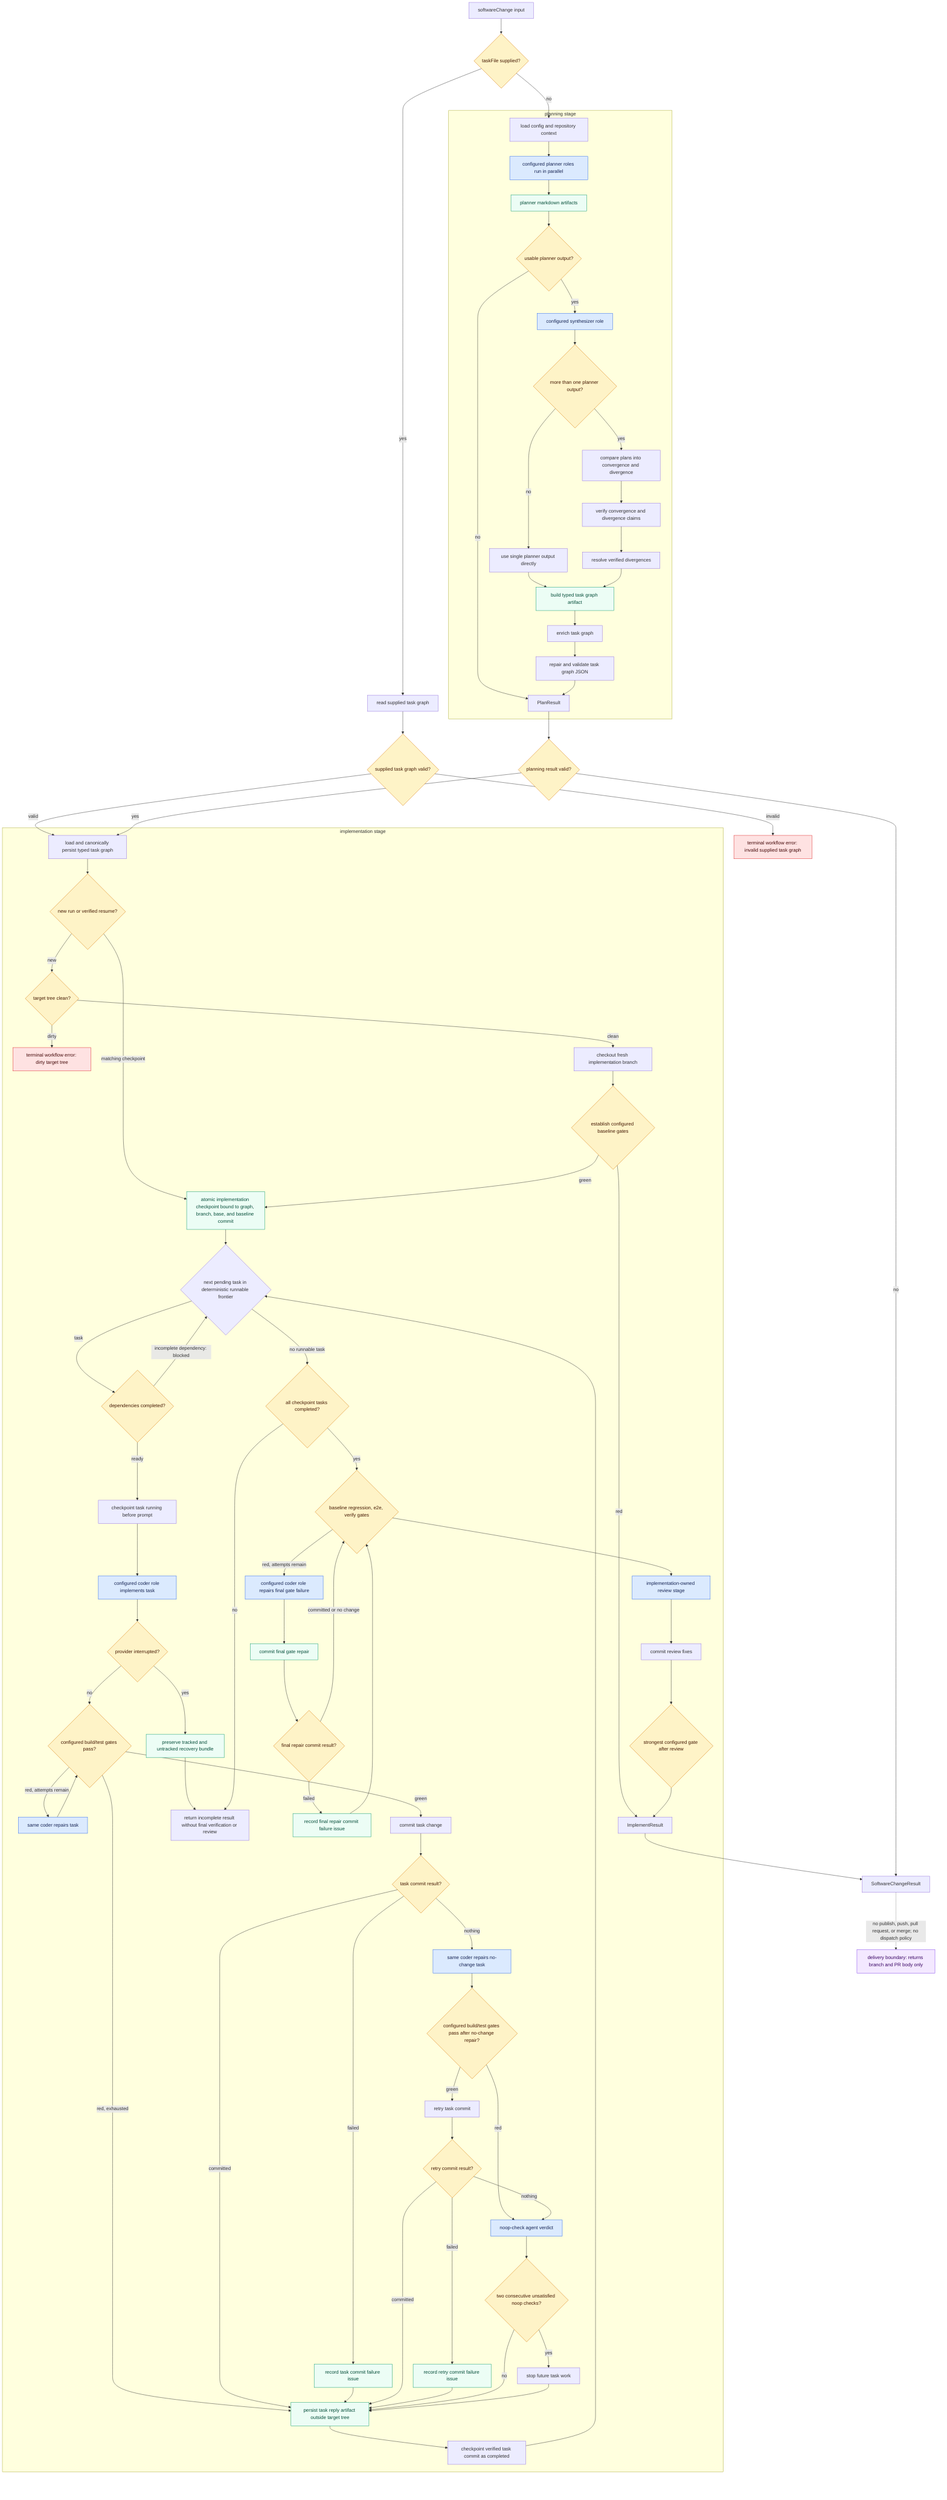
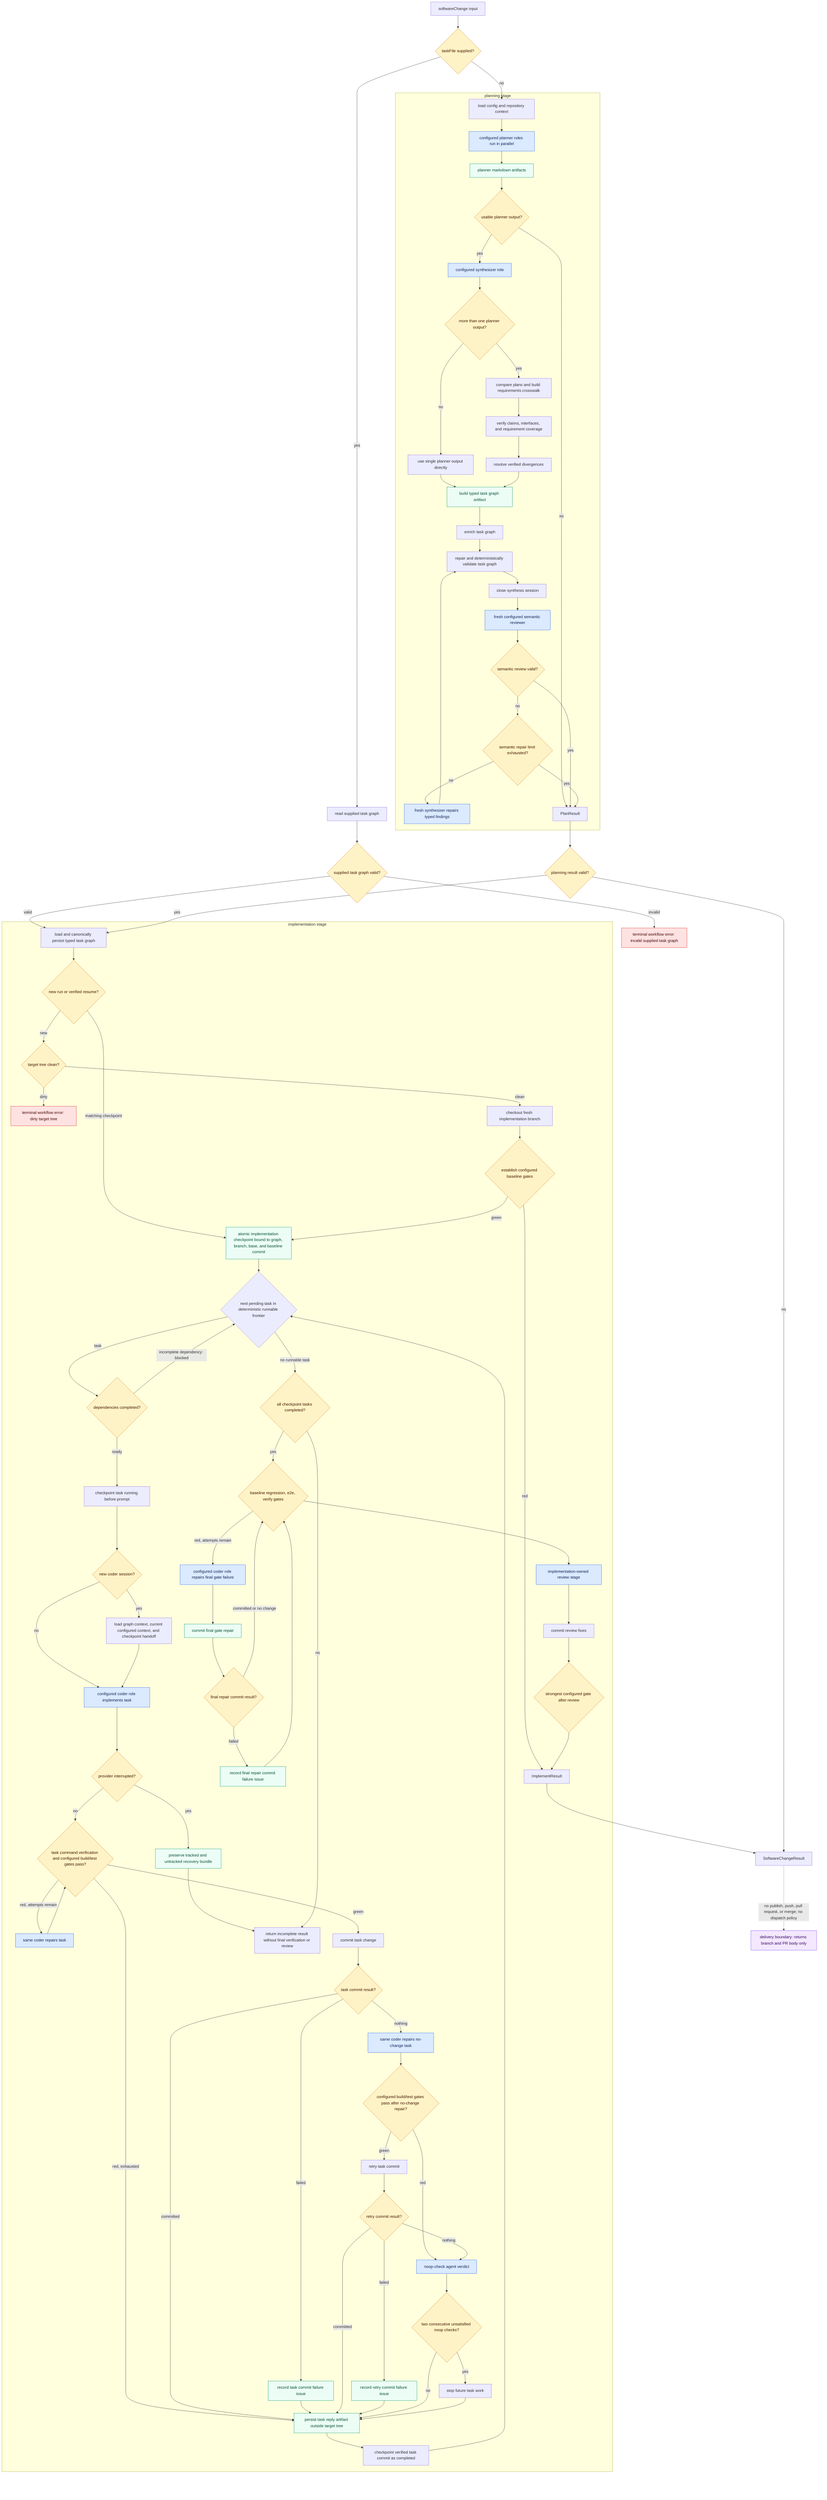
flowchart TD
  Input["softwareChange input"]
  TaskFile{"taskFile supplied?"}
  ExistingGraph["read supplied task graph"]
  SuppliedGraphValid{"supplied task graph valid?"}
  SuppliedGraphFailure["terminal workflow error: invalid supplied task graph"]
  Result["SoftwareChangeResult"]
  Delivery["delivery boundary: returns branch and PR body only"]

  Input --> TaskFile
  TaskFile -->|yes| ExistingGraph
  TaskFile -->|no| PlanConfig
  ExistingGraph --> SuppliedGraphValid
  SuppliedGraphValid -->|valid| LoadGraph
  SuppliedGraphValid -->|invalid| SuppliedGraphFailure

  subgraph Planning["planning stage"]
    PlanConfig["load config and repository context"]
    Planners["configured planner roles run in parallel"]
    PlannerArtifacts["planner markdown artifacts"]
    AnyPlan{"usable planner output?"}
    Synthesizer["configured synthesizer role"]
    MultiplePlans{"more than one planner output?"}
    SinglePlan["use single planner output directly"]
-     Compare["compare plans into convergence and divergence"]
-     VerifyClaims["verify convergence and divergence claims"]
+     Compare["compare plans and build requirements crosswalk"]
+     VerifyClaims["verify claims, interfaces, and requirement coverage"]
    Resolve["resolve verified divergences"]
    BuildGraph["build typed task graph artifact"]
    Enrich["enrich task graph"]
-     RepairGraph["repair and validate task graph JSON"]
+     RepairGraph["repair and deterministically validate task graph"]
+     CloseSynthesis["close synthesis session"]
+     PlanningReview["fresh configured semantic reviewer"]
+     ReviewValid{"semantic review valid?"}
+     ReviewRepair["fresh synthesizer repairs typed findings"]
+     ReviewLimit{"semantic repair limit exhausted?"}
    PlanResult["PlanResult"]

    PlanConfig --> Planners
    Planners --> PlannerArtifacts
    PlannerArtifacts --> AnyPlan
    AnyPlan -->|no| PlanResult
    AnyPlan -->|yes| Synthesizer
    Synthesizer --> MultiplePlans
    MultiplePlans -->|no| SinglePlan
    MultiplePlans -->|yes| Compare
    SinglePlan --> BuildGraph
    Compare --> VerifyClaims
    VerifyClaims --> Resolve
    Resolve --> BuildGraph
    BuildGraph --> Enrich
    Enrich --> RepairGraph
-     RepairGraph --> PlanResult
+     RepairGraph --> CloseSynthesis
+     CloseSynthesis --> PlanningReview
+     PlanningReview --> ReviewValid
+     ReviewValid -->|yes| PlanResult
+     ReviewValid -->|no| ReviewLimit
+     ReviewLimit -->|no| ReviewRepair
+     ReviewRepair --> RepairGraph
+     ReviewLimit -->|yes| PlanResult
  end

  PlanResult --> PlanValid{"planning result valid?"}
  PlanValid -->|no| Result
  PlanValid -->|yes| LoadGraph

  subgraph Implementation["implementation stage"]
    LoadGraph["load and canonically persist typed task graph"]
    ImplementationCheckpoint["atomic implementation checkpoint bound to graph, branch, base, and baseline commit"]
    ResumeGate{"new run or verified resume?"}
    CleanGate{"target tree clean?"}
    CleanFailure["terminal workflow error: dirty target tree"]
    Branch["checkout fresh implementation branch"]
    BaselineGate{"establish configured baseline gates"}
    TaskLoop{"next pending task in deterministic runnable frontier"}
    DependencyGate{"dependencies completed?"}
    Running["checkpoint task running before prompt"]
+     NewCoder{"new coder session?"}
+     SessionContext["load graph context, current configured context, and checkpoint handoff"]
    ProviderInterruption{"provider interrupted?"}
    RecoveryBundle["preserve tracked and untracked recovery bundle"]
    Coder["configured coder role implements task"]
-     TaskGate{"configured build/test gates pass?"}
+     TaskGate{"task command verification and configured build/test gates pass?"}
    TaskRepair["same coder repairs task"]
    CommitTask["commit task change"]
    CommitResult{"task commit result?"}
    TaskCommitIssue["record task commit failure issue"]
    NoChangeRepair["same coder repairs no-change task"]
    NoChangeGate{"configured build/test gates pass after no-change repair?"}
    RetryCommit["retry task commit"]
    RetryCommitResult{"retry commit result?"}
    RetryCommitIssue["record retry commit failure issue"]
    NoopVerdict["noop-check agent verdict"]
    ConsecutiveNoop{"two consecutive unsatisfied noop checks?"}
    StopWork["stop future task work"]
    ReplyArtifact["persist task reply artifact outside target tree"]
    Completed["checkpoint verified task commit as completed"]
    AllCompleted{"all checkpoint tasks completed?"}
    IncompleteResult["return incomplete result without final verification or review"]
    FinalGates{"baseline regression, e2e, verify gates"}
    FinalRepair["configured coder role repairs final gate failure"]
    ReviewStage["implementation-owned review stage"]
    ReviewCommit["commit review fixes"]
    StrongestGate{"strongest configured gate after review"}
    FinalRepairCommit["commit final gate repair"]
    FinalRepairCommitResult{"final repair commit result?"}
    FinalRepairCommitIssue["record final repair commit failure issue"]
    ImplementResult["ImplementResult"]

    LoadGraph --> ResumeGate
    ResumeGate -->|new| CleanGate
    ResumeGate -->|matching checkpoint| ImplementationCheckpoint
    CleanGate -->|clean| Branch
    CleanGate -->|dirty| CleanFailure
    Branch --> BaselineGate
    BaselineGate -->|red| ImplementResult
    BaselineGate -->|green| ImplementationCheckpoint
    ImplementationCheckpoint --> TaskLoop
    TaskLoop -->|task| DependencyGate
    DependencyGate -->|incomplete dependency: blocked| TaskLoop
    DependencyGate -->|ready| Running
-     Running --> Coder
+     Running --> NewCoder
+     NewCoder -->|yes| SessionContext
+     NewCoder -->|no| Coder
+     SessionContext --> Coder
    Coder --> ProviderInterruption
    ProviderInterruption -->|yes| RecoveryBundle
    RecoveryBundle --> IncompleteResult
    ProviderInterruption -->|no| TaskGate
    TaskGate -->|red, attempts remain| TaskRepair
    TaskRepair --> TaskGate
    TaskGate -->|red, exhausted| ReplyArtifact
    TaskGate -->|green| CommitTask
    CommitTask --> CommitResult
    CommitResult -->|committed| ReplyArtifact
    CommitResult -->|failed| TaskCommitIssue
    TaskCommitIssue --> ReplyArtifact
    CommitResult -->|nothing| NoChangeRepair
    NoChangeRepair --> NoChangeGate
    NoChangeGate -->|green| RetryCommit
    NoChangeGate -->|red| NoopVerdict
    RetryCommit --> RetryCommitResult
    RetryCommitResult -->|committed| ReplyArtifact
    RetryCommitResult -->|failed| RetryCommitIssue
    RetryCommitIssue --> ReplyArtifact
    RetryCommitResult -->|nothing| NoopVerdict
    NoopVerdict --> ConsecutiveNoop
    ConsecutiveNoop -->|no| ReplyArtifact
    ConsecutiveNoop -->|yes| StopWork
    StopWork --> ReplyArtifact
    ReplyArtifact --> Completed
    Completed --> TaskLoop
    TaskLoop -->|no runnable task| AllCompleted
    AllCompleted -->|no| IncompleteResult
    AllCompleted -->|yes| FinalGates
    FinalGates -->|red, attempts remain| FinalRepair
    FinalRepair --> FinalRepairCommit
    FinalRepairCommit --> FinalRepairCommitResult
    FinalRepairCommitResult -->|committed or no change| FinalGates
    FinalRepairCommitResult -->|failed| FinalRepairCommitIssue
    FinalRepairCommitIssue --> FinalGates
    FinalGates --> ReviewStage
    ReviewStage --> ReviewCommit
    ReviewCommit --> StrongestGate
    StrongestGate --> ImplementResult
  end

  ImplementResult --> Result
  Result -. "no publish, push, pull request, or merge; no dispatch policy" .-> Delivery

  classDef agent fill:#dbeafe,stroke:#2563eb,color:#172554;
  classDef gate fill:#fef3c7,stroke:#d97706,color:#451a03;
  classDef artifact fill:#ecfdf5,stroke:#059669,color:#064e3b;
  classDef boundary fill:#f3e8ff,stroke:#7c3aed,color:#3b0764;
  classDef failure fill:#fee2e2,stroke:#dc2626,color:#450a0a;
-   class Planners,Synthesizer,Coder,TaskRepair,NoChangeRepair,NoopVerdict,FinalRepair,ReviewStage agent;
-   class TaskFile,SuppliedGraphValid,AnyPlan,MultiplePlans,PlanValid,ResumeGate,CleanGate,BaselineGate,DependencyGate,ProviderInterruption,TaskGate,CommitResult,NoChangeGate,RetryCommitResult,ConsecutiveNoop,AllCompleted,FinalGates,FinalRepairCommitResult,StrongestGate gate;
+   class Planners,Synthesizer,PlanningReview,ReviewRepair,Coder,TaskRepair,NoChangeRepair,NoopVerdict,FinalRepair,ReviewStage agent;
+   class TaskFile,SuppliedGraphValid,AnyPlan,MultiplePlans,ReviewValid,ReviewLimit,PlanValid,ResumeGate,CleanGate,BaselineGate,DependencyGate,NewCoder,ProviderInterruption,TaskGate,CommitResult,NoChangeGate,RetryCommitResult,ConsecutiveNoop,AllCompleted,FinalGates,FinalRepairCommitResult,StrongestGate gate;
  class PlannerArtifacts,BuildGraph,ImplementationCheckpoint,RecoveryBundle,ReplyArtifact,TaskCommitIssue,RetryCommitIssue,FinalRepairCommit,FinalRepairCommitIssue artifact;
  class Delivery boundary;
  class SuppliedGraphFailure,CleanFailure failure;
